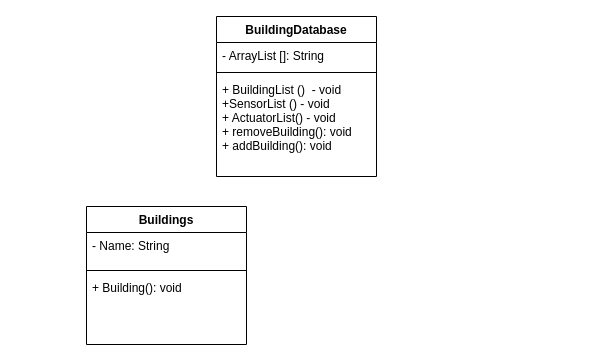
Above: Untitled Diagram.drawio in sival19/workshop (draw.io), before the change. Source tidied: cells renumbered, new cells numbered last; positions are measured from the earlier drawing's top-left corner, leaving out a move shared by most shapes. Both pictures are drawn from the tidied source at 100%, with x=0, y=0 at pixel (86, 16).
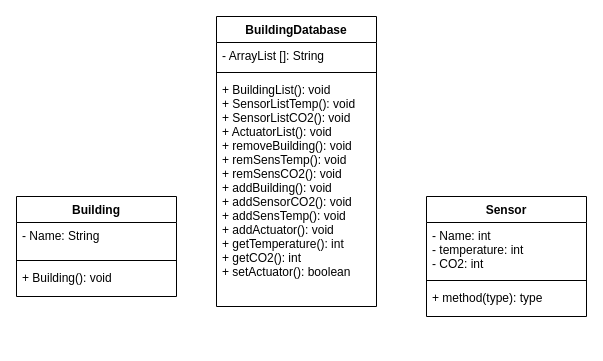
After the change.

Change to the diagram source:
```diff
@@
 <mxGraphModel>
   <root>
     <mxCell id="0" />
     <mxCell id="1" parent="0" />
     <mxCell id="2" value="BuildingDatabase" style="swimlane;fontStyle=1;align=center;verticalAlign=top;horizontal=1;startSize=26;" parent="1" vertex="1">
-      <mxGeometry x="130" width="160" height="160" as="geometry" />
+      <mxGeometry x="130" width="160" height="290" as="geometry" />
     </mxCell>
     <mxCell id="3" value="- ArrayList []: String &#10;" style="text;strokeColor=none;fillColor=none;align=left;verticalAlign=top;spacingLeft=4;spacingRight=4;overflow=hidden;" parent="2" vertex="1">
       <mxGeometry y="26" width="160" height="26" as="geometry" />
     </mxCell>
     <mxCell id="4" style="line;strokeWidth=1;fillColor=none;align=left;verticalAlign=middle;spacingTop=-1;spacingLeft=3;spacingRight=3;labelPosition=right;" parent="2" vertex="1">
       <mxGeometry y="52" width="160" height="8" as="geometry" />
     </mxCell>
-    <mxCell id="5" value="+ BuildingList ()  - void&#10;+SensorList () - void&#10;+ ActuatorList() - void&#10;+ removeBuilding(): void&#10;+ addBuilding(): void" style="text;strokeColor=none;fillColor=none;align=left;verticalAlign=top;spacingLeft=4;spacingRight=4;overflow=hidden;" parent="2" vertex="1">
-      <mxGeometry y="60" width="160" height="100" as="geometry" />
+    <mxCell id="5" value="+ BuildingList(): void&#10;+ SensorListTemp(): void&#10;+ SensorListCO2(): void&#10;+ ActuatorList(): void&#10;+ removeBuilding(): void&#10;+ remSensTemp(): void&#10;+ remSensCO2(): void&#10;+ addBuilding(): void&#10;+ addSensorCO2(): void&#10;+ addSensTemp(): void&#10;+ addActuator(): void&#10;+ getTemperature(): int&#10;+ getCO2(): int&#10;+ setActuator(): boolean" style="text;strokeColor=none;fillColor=none;align=left;verticalAlign=top;spacingLeft=4;spacingRight=4;overflow=hidden;" parent="2" vertex="1">
+      <mxGeometry y="60" width="160" height="230" as="geometry" />
     </mxCell>
-    <mxCell id="6" value="Buildings" style="swimlane;fontStyle=1;align=center;verticalAlign=top;horizontal=1;startSize=26;" parent="1" vertex="1">
-      <mxGeometry y="190" width="160" height="138" as="geometry" />
+    <mxCell id="6" value="Building" style="swimlane;fontStyle=1;align=center;verticalAlign=top;horizontal=1;startSize=26;" parent="1" vertex="1">
+      <mxGeometry x="-70" y="180" width="160" height="100" as="geometry" />
     </mxCell>
     <mxCell id="7" value="- Name: String&#10;" style="text;strokeColor=none;fillColor=none;align=left;verticalAlign=top;spacingLeft=4;spacingRight=4;overflow=hidden;" parent="6" vertex="1">
       <mxGeometry y="26" width="160" height="34" as="geometry" />
     </mxCell>
     <mxCell id="8" style="line;strokeWidth=1;fillColor=none;align=left;verticalAlign=middle;spacingTop=-1;spacingLeft=3;spacingRight=3;labelPosition=right;" parent="6" vertex="1">
       <mxGeometry y="60" width="160" height="8" as="geometry" />
     </mxCell>
     <mxCell id="9" value="+ Building(): void&#10;" style="text;strokeColor=none;fillColor=none;align=left;verticalAlign=top;spacingLeft=4;spacingRight=4;overflow=hidden;" parent="6" vertex="1">
-      <mxGeometry y="68" width="160" height="70" as="geometry" />
+      <mxGeometry y="68" width="160" height="32" as="geometry" />
     </mxCell>
+    <mxCell id="10" value="Sensor" style="swimlane;fontStyle=1;align=center;verticalAlign=top;horizontal=1;startSize=26;" parent="1" vertex="1">
+      <mxGeometry x="340" y="180" width="160" height="120" as="geometry" />
+    </mxCell>
+    <mxCell id="11" value="- Name: int&#10;- temperature: int&#10;- CO2: int" style="text;strokeColor=none;fillColor=none;align=left;verticalAlign=top;spacingLeft=4;spacingRight=4;overflow=hidden;" parent="10" vertex="1">
+      <mxGeometry y="26" width="160" height="54" as="geometry" />
+    </mxCell>
+    <mxCell id="12" style="line;strokeWidth=1;fillColor=none;align=left;verticalAlign=middle;spacingTop=-1;spacingLeft=3;spacingRight=3;labelPosition=right;" parent="10" vertex="1">
+      <mxGeometry y="80" width="160" height="8" as="geometry" />
+    </mxCell>
+    <mxCell id="13" value="+ method(type): type" style="text;strokeColor=none;fillColor=none;align=left;verticalAlign=top;spacingLeft=4;spacingRight=4;overflow=hidden;" parent="10" vertex="1">
+      <mxGeometry y="88" width="160" height="32" as="geometry" />
+    </mxCell>
   </root>
 </mxGraphModel>
```
